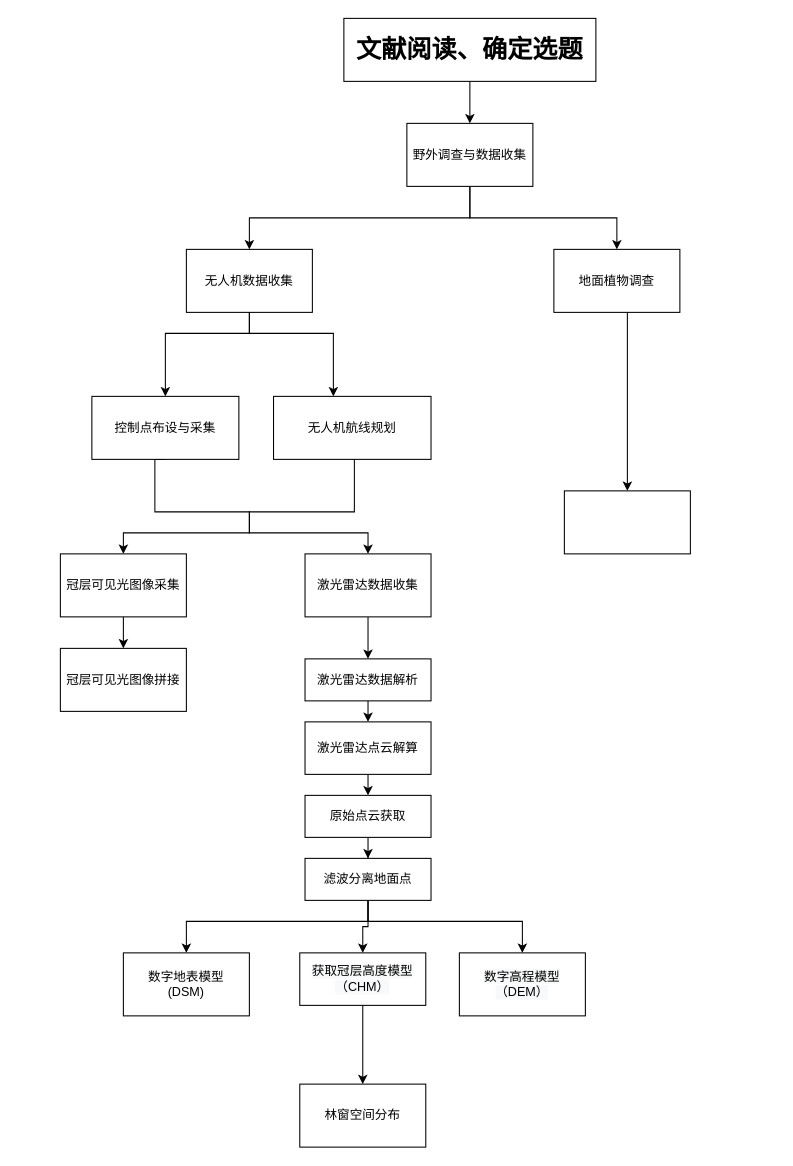
Above: page "Page-1" (1 of 2) of Untitled Diagram.drawio in sy5938/diagrams_save (draw.io), before the change. Source tidied: cells renumbered, new cells numbered last; positions are measured from the earlier drawing's top-left corner, leaving out a move shared by most shapes. Both pictures are drawn from the tidied source at 105%, with x=0, y=0 at pixel (60, 18).
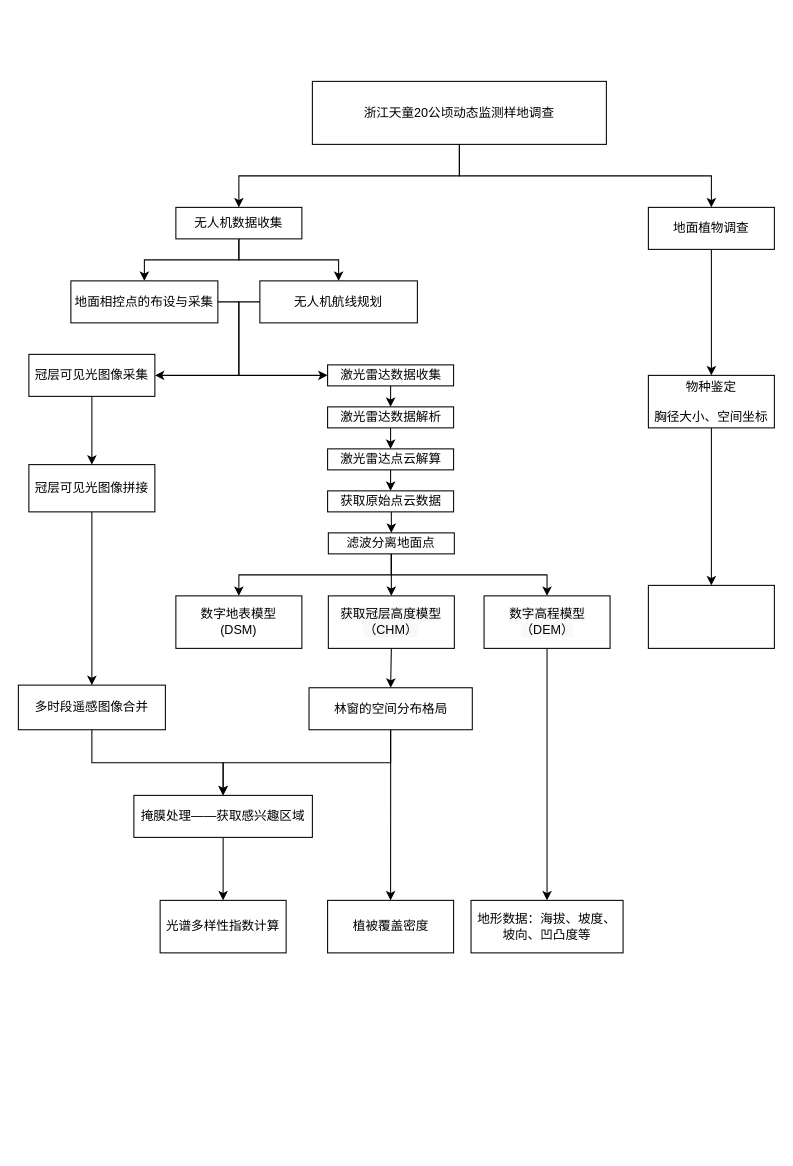
Above is the later version.

What changed in the source:
```diff
@@
-    <mxCell id="2" style="edgeStyle=orthogonalEdgeStyle;rounded=0;jettySize=auto;html=1;" parent="1" edge="1" source="3" target="6">
-      <mxGeometry relative="1" as="geometry" />
-    </mxCell>
-    <mxCell id="3" value="&lt;h1&gt;&lt;font face=&quot;宋体&quot;&gt;文献阅读、确定选题&lt;/font&gt;&lt;/h1&gt;" style="rounded=0;whiteSpace=wrap;html=1;" parent="1" vertex="1">
-      <mxGeometry x="270" width="240" height="60" as="geometry" />
-    </mxCell>
@@
-    <mxCell id="6" value="野外调查与数据收集" style="whiteSpace=wrap;html=1;rounded=0;" parent="1" vertex="1">
-      <mxGeometry x="330" y="100" width="120" height="60" as="geometry" />
+    <mxCell id="6" value="浙江天童20公顷动态监测样地调查" style="whiteSpace=wrap;html=1;rounded=0;" parent="1" vertex="1">
+      <mxGeometry x="240" y="60" width="280" height="60" as="geometry" />
     </mxCell>
-    <mxCell id="7" style="edgeStyle=orthogonalEdgeStyle;rounded=0;jettySize=auto;html=1;" parent="1" edge="1" source="8" target="9">
-      <mxGeometry relative="1" as="geometry">
-        <Array as="points">
-          <mxPoint x="540" y="420" />
-        </Array>
-      </mxGeometry>
-    </mxCell>
+    <mxCell id="37" style="edgeStyle=orthogonalEdgeStyle;rounded=0;jettySize=auto;html=1;" parent="1" edge="1" source="8" target="43">
+      <mxGeometry relative="1" as="geometry" />
+    </mxCell>
     <mxCell id="8" value="地面植物调查" style="whiteSpace=wrap;html=1;rounded=0;" parent="1" vertex="1">
-      <mxGeometry x="470" y="220" width="120" height="60" as="geometry" />
+      <mxGeometry x="560" y="180" width="120" height="40" as="geometry" />
     </mxCell>
-    <mxCell id="9" style="whiteSpace=wrap;html=1;rounded=0;shadow=0;" parent="1" vertex="1">
-      <mxGeometry x="480" y="450" width="120" height="60" as="geometry" />
-    </mxCell>
-    <mxCell id="10" value="无人机数据收集" style="rounded=0;whiteSpace=wrap;html=1;" parent="1" vertex="1">
-      <mxGeometry x="120" y="220" width="120" height="60" as="geometry" />
-    </mxCell>
-    <mxCell id="11" style="edgeStyle=orthogonalEdgeStyle;rounded=0;jettySize=auto;html=1;exitX=0.5;exitY=1;exitDx=0;exitDy=0;" parent="1" edge="1" source="10" target="16">
+    <mxCell id="11" style="edgeStyle=orthogonalEdgeStyle;rounded=0;jettySize=auto;html=1;entryX=0.5;entryY=0;entryDx=0;entryDy=0;exitX=0.5;exitY=1;exitDx=0;exitDy=0;" parent="1" edge="1" source="10" target="16">
       <mxGeometry relative="1" as="geometry">
         <Array as="points">
-          <mxPoint x="180" y="300" />
-          <mxPoint x="260" y="300" />
+          <mxPoint x="170" y="230" />
+          <mxPoint x="265" y="230" />
         </Array>
       </mxGeometry>
     </mxCell>
     <mxCell id="12" style="edgeStyle=orthogonalEdgeStyle;rounded=0;jettySize=auto;html=1;exitX=0.5;exitY=1;exitDx=0;exitDy=0;entryX=0.5;entryY=0;entryDx=0;entryDy=0;" parent="1" edge="1" source="10" target="14">
-      <mxGeometry relative="1" as="geometry">
-        <Array as="points">
-          <mxPoint x="180" y="300" />
-          <mxPoint x="100" y="300" />
-          <mxPoint x="100" y="360" />
-        </Array>
-      </mxGeometry>
+      <mxGeometry relative="1" as="geometry" />
     </mxCell>
+    <mxCell id="10" value="无人机数据收集" style="rounded=0;whiteSpace=wrap;html=1;" parent="1" vertex="1">
+      <mxGeometry x="110" y="180" width="120" height="30" as="geometry" />
+    </mxCell>
-    <mxCell id="13" style="edgeStyle=orthogonalEdgeStyle;rounded=0;jettySize=auto;html=1;exitX=0.5;exitY=1;exitDx=0;exitDy=0;entryX=0.5;entryY=0;entryDx=0;entryDy=0;" parent="1" edge="1" source="14" target="18">
+    <mxCell id="13" style="edgeStyle=elbowEdgeStyle;rounded=0;jettySize=auto;elbow=vertical;html=1;exitX=1;exitY=0.5;exitDx=0;exitDy=0;" parent="1" edge="1" source="14" target="18">
       <mxGeometry relative="1" as="geometry">
         <Array as="points">
-          <mxPoint x="90" y="470" />
-          <mxPoint x="180" y="470" />
-          <mxPoint x="180" y="490" />
-          <mxPoint x="60" y="490" />
+          <mxPoint x="170" y="340" />
+          <mxPoint x="150" y="370" />
+          <mxPoint x="170" y="300" />
+          <mxPoint x="160" y="310" />
+          <mxPoint x="170" y="300" />
+          <mxPoint x="170" y="340" />
+          <mxPoint x="180" y="330" />
         </Array>
       </mxGeometry>
     </mxCell>
-    <mxCell id="14" value="控制点布设与采集" style="rounded=0;whiteSpace=wrap;html=1;" parent="1" vertex="1">
-      <mxGeometry x="30" y="360" width="140" height="60" as="geometry" />
+    <mxCell id="14" value="地面相控点的布设与采集" style="rounded=0;whiteSpace=wrap;html=1;" parent="1" vertex="1">
+      <mxGeometry x="10" y="250" width="140" height="40" as="geometry" />
     </mxCell>
-    <mxCell id="15" style="edgeStyle=orthogonalEdgeStyle;rounded=0;jettySize=auto;html=1;exitX=0.5;exitY=1;exitDx=0;exitDy=0;entryX=0.5;entryY=0;entryDx=0;entryDy=0;" parent="1" edge="1" source="16" target="20">
+    <mxCell id="15" style="edgeStyle=elbowEdgeStyle;rounded=0;jettySize=auto;elbow=vertical;html=1;entryX=0;entryY=0.5;entryDx=0;entryDy=0;exitX=0;exitY=0.5;exitDx=0;exitDy=0;" parent="1" edge="1" source="16" target="20">
       <mxGeometry relative="1" as="geometry">
         <Array as="points">
-          <mxPoint x="280" y="470" />
-          <mxPoint x="180" y="470" />
-          <mxPoint x="180" y="490" />
-          <mxPoint x="293" y="490" />
+          <mxPoint x="170" y="310" />
+          <mxPoint x="170" y="320" />
+          <mxPoint x="180" y="320" />
+          <mxPoint x="210" y="370" />
+          <mxPoint x="200" y="350" />
+          <mxPoint x="170" y="310" />
+          <mxPoint x="170" y="290" />
+          <mxPoint x="170" y="330" />
         </Array>
       </mxGeometry>
     </mxCell>
     <mxCell id="16" value="无人机航线规划" style="rounded=0;whiteSpace=wrap;html=1;" parent="1" vertex="1">
-      <mxGeometry x="203" y="360" width="150" height="60" as="geometry" />
+      <mxGeometry x="190" y="250" width="150" height="40" as="geometry" />
     </mxCell>
@@
     <mxCell id="18" value="冠层可见光图像采集" style="rounded=0;whiteSpace=wrap;html=1;shadow=0;" parent="1" vertex="1">
-      <mxGeometry y="510" width="120" height="60" as="geometry" />
+      <mxGeometry x="-30" y="320" width="120" height="40" as="geometry" />
     </mxCell>
-    <mxCell id="19" style="edgeStyle=orthogonalEdgeStyle;rounded=0;jettySize=auto;html=1;entryX=0.5;entryY=0;entryDx=0;entryDy=0;" parent="1" edge="1" source="20" target="22">
+    <mxCell id="19" style="edgeStyle=orthogonalEdgeStyle;rounded=0;jettySize=auto;html=1;entryX=0.5;entryY=0;entryDx=0;entryDy=0;exitX=0.5;exitY=1;exitDx=0;exitDy=0;" parent="1" edge="1" source="20" target="22">
       <mxGeometry relative="1" as="geometry" />
     </mxCell>
     <mxCell id="20" value="激光雷达数据收集" style="rounded=0;whiteSpace=wrap;html=1;shadow=0;" parent="1" vertex="1">
-      <mxGeometry x="233" y="510" width="120" height="60" as="geometry" />
+      <mxGeometry x="254.5" y="330" width="120" height="20" as="geometry" />
     </mxCell>
@@
     <mxCell id="22" value="激光雷达数据解析" style="rounded=0;whiteSpace=wrap;html=1;shadow=0;" parent="1" vertex="1">
-      <mxGeometry x="233" y="610" width="120" height="40" as="geometry" />
+      <mxGeometry x="254.5" y="370" width="120" height="20" as="geometry" />
     </mxCell>
-    <mxCell id="23" style="edgeStyle=orthogonalEdgeStyle;rounded=0;jettySize=auto;html=1;entryX=0.5;entryY=0;entryDx=0;entryDy=0;" parent="1" edge="1" source="24" target="27">
+    <mxCell id="23" style="edgeStyle=orthogonalEdgeStyle;rounded=0;jettySize=auto;html=1;entryX=0.5;entryY=0;entryDx=0;entryDy=0;exitX=0.5;exitY=1;exitDx=0;exitDy=0;" parent="1" edge="1" source="24" target="27">
       <mxGeometry relative="1" as="geometry">
         <Array as="points">
-          <mxPoint x="293" y="730" />
-          <mxPoint x="293" y="730" />
+          <mxPoint x="315.2" y="440" />
+          <mxPoint x="315.2" y="440" />
         </Array>
       </mxGeometry>
     </mxCell>
     <mxCell id="24" value="激光雷达点云解算" style="rounded=0;whiteSpace=wrap;html=1;shadow=0;" parent="1" vertex="1">
-      <mxGeometry x="233" y="670" width="120" height="50" as="geometry" />
+      <mxGeometry x="254.5" y="410" width="120" height="20" as="geometry" />
     </mxCell>
+    <mxCell id="38" style="edgeStyle=elbowEdgeStyle;rounded=0;jettySize=auto;elbow=vertical;html=1;" parent="1" edge="1" source="25" target="54">
+      <mxGeometry relative="1" as="geometry" />
+    </mxCell>
     <mxCell id="25" value="&#10;&#10;&lt;span style=&quot;color: rgb(0, 0, 0); font-family: helvetica; font-size: 12px; font-style: normal; font-weight: 400; letter-spacing: normal; text-align: center; text-indent: 0px; text-transform: none; word-spacing: 0px; background-color: rgb(248, 249, 250); display: inline; float: none;&quot;&gt;数字高程模型&lt;/span&gt;&lt;br style=&quot;color: rgb(0, 0, 0); font-family: helvetica; font-size: 12px; font-style: normal; font-weight: 400; letter-spacing: normal; text-align: center; text-indent: 0px; text-transform: none; word-spacing: 0px; background-color: rgb(248, 249, 250);&quot;&gt;&lt;span style=&quot;color: rgb(0, 0, 0); font-family: helvetica; font-size: 12px; font-style: normal; font-weight: 400; letter-spacing: normal; text-align: center; text-indent: 0px; text-transform: none; word-spacing: 0px; background-color: rgb(248, 249, 250); display: inline; float: none;&quot;&gt;（DEM）&lt;/span&gt;&#10;&#10;" style="rounded=0;whiteSpace=wrap;html=1;shadow=0;" parent="1" vertex="1">
-      <mxGeometry x="380" y="890" width="120" height="60" as="geometry" />
+      <mxGeometry x="403.5" y="550" width="120" height="50" as="geometry" />
     </mxCell>
-    <mxCell id="26" style="edgeStyle=orthogonalEdgeStyle;rounded=0;jettySize=auto;html=1;entryX=0.5;entryY=0;entryDx=0;entryDy=0;" parent="1" edge="1" source="27" target="31">
-      <mxGeometry relative="1" as="geometry" />
-    </mxCell>
+    <mxCell id="39" style="edgeStyle=orthogonalEdgeStyle;rounded=0;jettySize=auto;html=1;entryX=0.5;entryY=0;entryDx=0;entryDy=0;" parent="1" edge="1" target="31">
+      <mxGeometry relative="1" as="geometry">
+        <mxPoint x="315.2" y="470" as="sourcePoint" />
+      </mxGeometry>
+    </mxCell>
-    <mxCell id="27" value="原始点云获取" style="rounded=0;whiteSpace=wrap;html=1;shadow=0;" parent="1" vertex="1">
-      <mxGeometry x="233" y="740" width="120" height="40" as="geometry" />
+    <mxCell id="27" value="获取原始点云数据" style="rounded=0;whiteSpace=wrap;html=1;shadow=0;" parent="1" vertex="1">
+      <mxGeometry x="254.5" y="450" width="120" height="20" as="geometry" />
     </mxCell>
+    <mxCell id="30" style="edgeStyle=orthogonalEdgeStyle;rounded=0;jettySize=auto;html=1;exitX=0.5;exitY=1;exitDx=0;exitDy=0;entryX=0.5;entryY=0;entryDx=0;entryDy=0;" parent="1" edge="1" source="31" target="34">
+      <mxGeometry relative="1" as="geometry" />
+    </mxCell>
     <mxCell id="28" style="edgeStyle=orthogonalEdgeStyle;rounded=0;jettySize=auto;html=1;exitX=0.5;exitY=1;exitDx=0;exitDy=0;entryX=0.5;entryY=0;entryDx=0;entryDy=0;" parent="1" edge="1" source="31" target="32">
-      <mxGeometry relative="1" as="geometry">
-        <Array as="points">
-          <mxPoint x="293" y="860" />
-          <mxPoint x="120" y="860" />
-        </Array>
-      </mxGeometry>
+      <mxGeometry relative="1" as="geometry" />
     </mxCell>
     <mxCell id="29" style="edgeStyle=orthogonalEdgeStyle;rounded=0;jettySize=auto;html=1;exitX=0.5;exitY=1;exitDx=0;exitDy=0;entryX=0.5;entryY=0;entryDx=0;entryDy=0;" parent="1" edge="1" source="31" target="25">
-      <mxGeometry relative="1" as="geometry">
-        <Array as="points">
-          <mxPoint x="293" y="860" />
-          <mxPoint x="440" y="860" />
-        </Array>
-      </mxGeometry>
+      <mxGeometry relative="1" as="geometry" />
     </mxCell>
-    <mxCell id="30" style="edgeStyle=orthogonalEdgeStyle;rounded=0;jettySize=auto;html=1;exitX=0.5;exitY=1;exitDx=0;exitDy=0;entryX=0.5;entryY=0;entryDx=0;entryDy=0;" parent="1" edge="1" source="31" target="34">
-      <mxGeometry relative="1" as="geometry" />
-    </mxCell>
-    <mxCell id="31" value="滤波分离地面点" style="rounded=0;whiteSpace=wrap;html=1;shadow=0;" parent="1" vertex="1">
-      <mxGeometry x="233" y="800" width="120" height="40" as="geometry" />
+    <mxCell id="31" value="滤波分离地面点" style="rounded=0;whiteSpace=wrap;html=1;shadow=0;strokeWidth=1;" parent="1" vertex="1">
+      <mxGeometry x="255.2" y="490" width="120" height="20" as="geometry" />
     </mxCell>
     <mxCell id="32" value="数字地表模型&lt;br&gt;(DSM)" style="rounded=0;whiteSpace=wrap;html=1;shadow=0;" parent="1" vertex="1">
-      <mxGeometry x="60" y="890" width="120" height="60" as="geometry" />
+      <mxGeometry x="110" y="550" width="120" height="50" as="geometry" />
     </mxCell>
-    <mxCell id="33" style="edgeStyle=orthogonalEdgeStyle;rounded=0;jettySize=auto;html=1;" parent="1" edge="1" source="34" target="35">
+    <mxCell id="33" style="edgeStyle=orthogonalEdgeStyle;rounded=0;jettySize=auto;html=1;exitX=0.5;exitY=1;exitDx=0;exitDy=0;entryX=0.5;entryY=0;entryDx=0;entryDy=0;" parent="1" edge="1" source="34" target="35">
       <mxGeometry relative="1" as="geometry" />
     </mxCell>
     <mxCell id="34" value="&#10;&#10;&lt;span style=&quot;color: rgb(0, 0, 0); font-family: helvetica; font-size: 12px; font-style: normal; font-weight: 400; letter-spacing: normal; text-align: center; text-indent: 0px; text-transform: none; word-spacing: 0px; background-color: rgb(248, 249, 250); display: inline; float: none;&quot;&gt;获取冠层高度模型（CHM）&lt;/span&gt;&#10;&#10;" style="rounded=0;whiteSpace=wrap;html=1;shadow=0;" parent="1" vertex="1">
-      <mxGeometry x="228" y="890" width="120" height="50" as="geometry" />
+      <mxGeometry x="255.2" y="550" width="120" height="50" as="geometry" />
     </mxCell>
+    <mxCell id="40" style="edgeStyle=elbowEdgeStyle;rounded=0;jettySize=auto;elbow=vertical;html=1;entryX=0.5;entryY=0;entryDx=0;entryDy=0;" parent="1" edge="1" source="35" target="52">
+      <mxGeometry relative="1" as="geometry" />
+    </mxCell>
+    <mxCell id="41" style="edgeStyle=elbowEdgeStyle;rounded=0;jettySize=auto;elbow=vertical;html=1;exitX=0.5;exitY=1;exitDx=0;exitDy=0;" parent="1" edge="1" source="35" target="55">
+      <mxGeometry relative="1" as="geometry" />
+    </mxCell>
-    <mxCell id="35" value="林窗空间分布" style="whiteSpace=wrap;html=1;rounded=0;shadow=0;" parent="1" vertex="1">
-      <mxGeometry x="228" y="1015" width="120" height="60" as="geometry" />
+    <mxCell id="35" value="林窗的空间分布格局" style="whiteSpace=wrap;html=1;rounded=0;shadow=0;" parent="1" vertex="1">
+      <mxGeometry x="236.8" y="637.5" width="155.5" height="40" as="geometry" />
     </mxCell>
+    <mxCell id="42" style="edgeStyle=orthogonalEdgeStyle;rounded=0;jettySize=auto;html=1;" parent="1" edge="1" source="43" target="45">
+      <mxGeometry relative="1" as="geometry" />
+    </mxCell>
+    <mxCell id="43" value="物种鉴定&lt;br&gt;&lt;br&gt;胸径大小、空间坐标" style="whiteSpace=wrap;html=1;rounded=0;" parent="1" vertex="1">
+      <mxGeometry x="560" y="340" width="120" height="50" as="geometry" />
+    </mxCell>
+    <mxCell id="44" style="edgeStyle=orthogonalEdgeStyle;rounded=0;orthogonalLoop=1;jettySize=auto;html=1;exitX=0.5;exitY=1;exitDx=0;exitDy=0;" parent="1" edge="1" source="8" target="8">
+      <mxGeometry relative="1" as="geometry" />
+    </mxCell>
+    <mxCell id="45" style="whiteSpace=wrap;html=1;rounded=0;" parent="1" vertex="1">
+      <mxGeometry x="560" y="540" width="120" height="60" as="geometry" />
+    </mxCell>
+    <mxCell id="46" style="edgeStyle=orthogonalEdgeStyle;rounded=0;jettySize=auto;html=1;" parent="1" edge="1" source="36" target="48">
+      <mxGeometry relative="1" as="geometry" />
+    </mxCell>
     <mxCell id="36" value="冠层可见光图像拼接" style="rounded=0;whiteSpace=wrap;html=1;shadow=0;" parent="1" vertex="1">
-      <mxGeometry y="600" width="120" height="60" as="geometry" />
+      <mxGeometry x="-30" y="425" width="120" height="45" as="geometry" />
     </mxCell>
+    <mxCell id="47" style="edgeStyle=elbowEdgeStyle;rounded=0;jettySize=auto;elbow=vertical;html=1;exitX=0.5;exitY=1;exitDx=0;exitDy=0;entryX=0.5;entryY=0;entryDx=0;entryDy=0;" parent="1" edge="1" source="48" target="52">
+      <mxGeometry relative="1" as="geometry" />
+    </mxCell>
+    <mxCell id="48" value="多时段遥感图像合并" style="rounded=0;whiteSpace=wrap;html=1;shadow=0;" parent="1" vertex="1">
+      <mxGeometry x="-40" y="635" width="140" height="42.5" as="geometry" />
+    </mxCell>
+    <mxCell id="49" style="edgeStyle=orthogonalEdgeStyle;rounded=0;orthogonalLoop=1;jettySize=auto;html=1;exitX=0.5;exitY=1;exitDx=0;exitDy=0;" parent="1" edge="1" source="24" target="24">
+      <mxGeometry relative="1" as="geometry" />
+    </mxCell>
+    <mxCell id="50" style="edgeStyle=elbowEdgeStyle;rounded=0;orthogonalLoop=1;jettySize=auto;elbow=vertical;html=1;exitX=0.5;exitY=1;exitDx=0;exitDy=0;" parent="1" edge="1" source="35" target="35">
+      <mxGeometry relative="1" as="geometry" />
+    </mxCell>
+    <mxCell id="51" style="edgeStyle=elbowEdgeStyle;rounded=0;jettySize=auto;elbow=vertical;html=1;" parent="1" edge="1" source="52" target="53">
+      <mxGeometry relative="1" as="geometry" />
+    </mxCell>
+    <mxCell id="52" value="掩膜处理——获取感兴趣区域" style="rounded=0;whiteSpace=wrap;html=1;shadow=0;strokeWidth=1;" parent="1" vertex="1">
+      <mxGeometry x="70" y="740" width="170" height="40" as="geometry" />
+    </mxCell>
+    <mxCell id="53" value="光谱多样性指数计算" style="whiteSpace=wrap;html=1;rounded=0;shadow=0;strokeWidth=1;" parent="1" vertex="1">
+      <mxGeometry x="95" y="840" width="120" height="50" as="geometry" />
+    </mxCell>
+    <mxCell id="54" value="地形数据：海拔、坡度、&lt;br&gt;坡向、凹凸度等" style="rounded=0;whiteSpace=wrap;html=1;shadow=0;" parent="1" vertex="1">
+      <mxGeometry x="391.1" y="840" width="144.8" height="50" as="geometry" />
+    </mxCell>
+    <mxCell id="55" value="植被覆盖密度" style="rounded=0;whiteSpace=wrap;html=1;shadow=0;strokeWidth=1;" parent="1" vertex="1">
+      <mxGeometry x="254.5" y="840" width="120" height="50" as="geometry" />
+    </mxCell>
```
